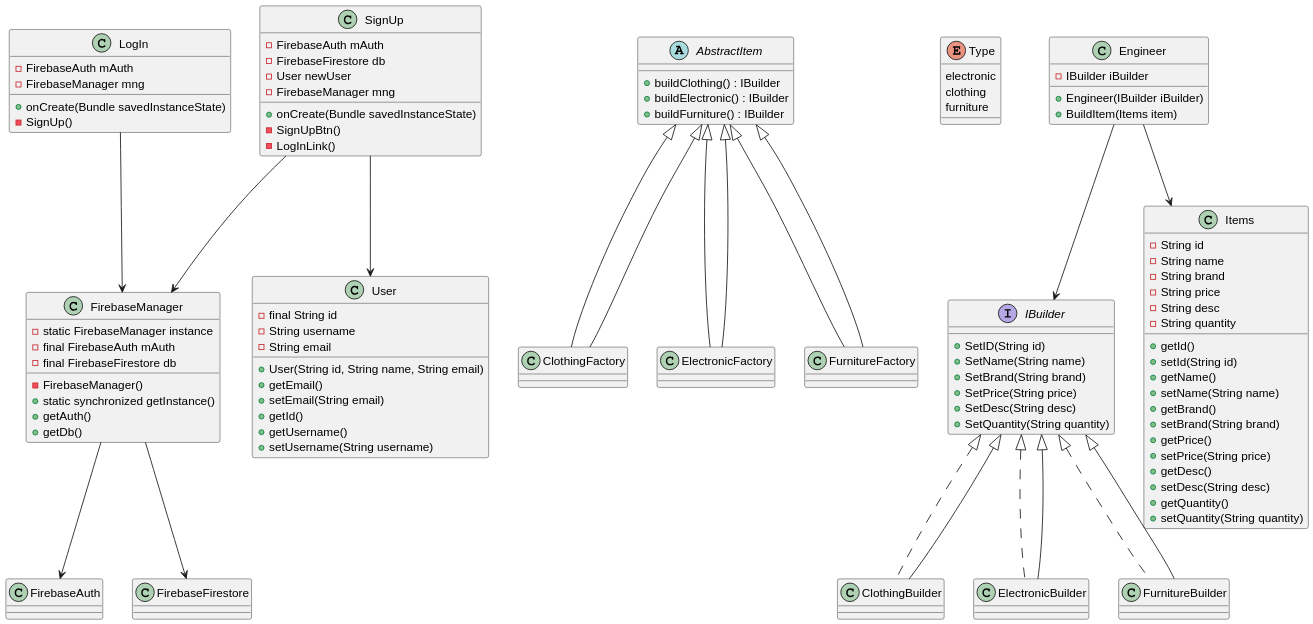
The PlantUML diagram app/Diagrams/Class Diagram-0.svg in Aoigan2k4/Inventory-Management-, before a commit. Source of this version:
```plantuml
@startuml

class SignUp {
    - FirebaseAuth mAuth
    - FirebaseFirestore db
    - User newUser
    - FirebaseManager mng
    + onCreate(Bundle savedInstanceState)
    - SignUpBtn()
    - LogInLink()
}

class LogIn {
    - FirebaseAuth mAuth
    - FirebaseManager mng
    + onCreate(Bundle savedInstanceState)
    - SignUp()
}

class FirebaseManager {
    - static FirebaseManager instance
    - final FirebaseAuth mAuth
    - final FirebaseFirestore db
    - FirebaseManager()
    + static synchronized getInstance()
    + getAuth()
    + getDb()
}

class User {
    - final String id
    - String username
    - String email
    + User(String id, String name, String email)
    + getEmail()
    + setEmail(String email)
    + getId()
    + getUsername()
    + setUsername(String username)
}

abstract class AbstractItem {
    + buildClothing() : IBuilder
    + buildElectronic() : IBuilder
    + buildFurniture() : IBuilder
}

class ClothingFactory extends AbstractItem
class ElectronicFactory extends AbstractItem
class FurnitureFactory extends AbstractItem

enum Type {
    electronic
    clothing
    furniture
}

interface IBuilder {
    + SetID(String id)
    + SetName(String name)
    + SetBrand(String brand)
    + SetPrice(String price)
    + SetDesc(String desc)
    + SetQuantity(String quantity)
}

class ClothingBuilder implements IBuilder
class ElectronicBuilder implements IBuilder
class FurnitureBuilder implements IBuilder

class Engineer {
    - IBuilder iBuilder
    + Engineer(IBuilder iBuilder)
    + BuildItem(Items item)
}

class Items {
    - String id
    - String name
    - String brand
    - String price
    - String desc
    - String quantity
    + getId()
    + setId(String id)
    + getName()
    + setName(String name)
    + getBrand()
    + setBrand(String brand)
    + getPrice()
    + setPrice(String price)
    + getDesc()
    + setDesc(String desc)
    + getQuantity()
    + setQuantity(String quantity)
}

SignUp --> FirebaseManager
SignUp --> User
LogIn --> FirebaseManager
FirebaseManager --> FirebaseAuth
FirebaseManager --> FirebaseFirestore
AbstractItem <|-- ClothingFactory
AbstractItem <|-- ElectronicFactory
AbstractItem <|-- FurnitureFactory
IBuilder <|-- ClothingBuilder
IBuilder <|-- ElectronicBuilder
IBuilder <|-- FurnitureBuilder
Engineer --> IBuilder
Engineer --> Items
@enduml
```
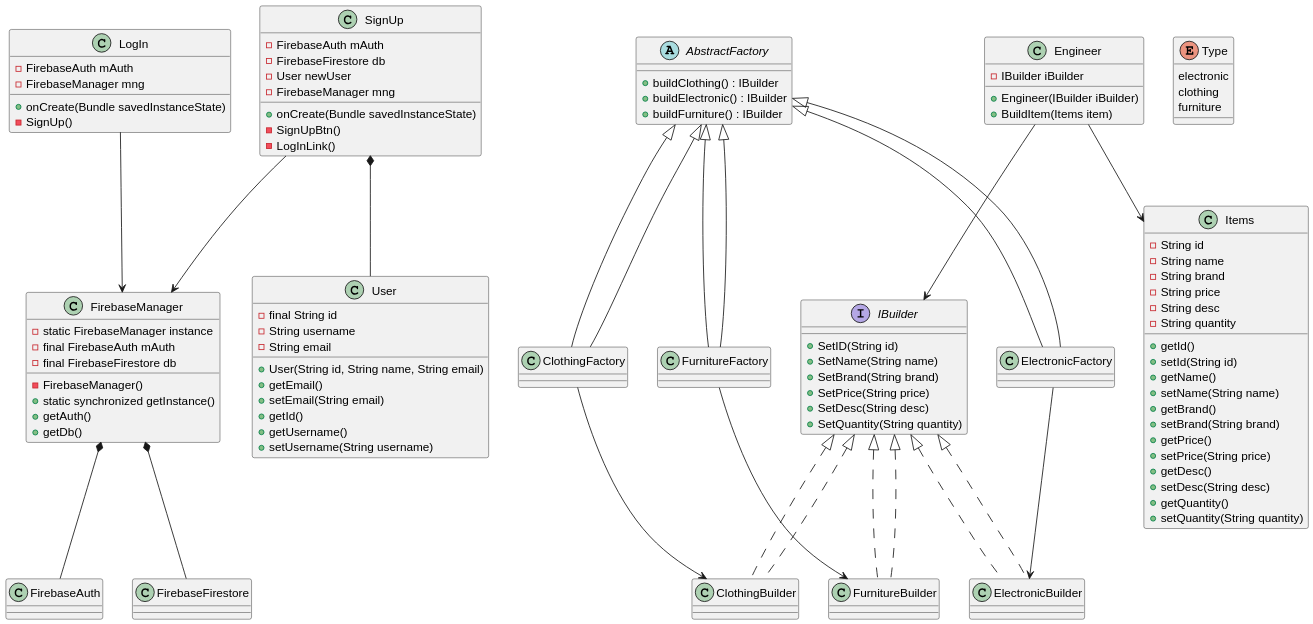
Later version of the same file.

Commit message:
Updated Class Diagram and added Modelization Diagram

Change to the diagram source:
```diff
@@ -39,15 +39,15 @@
     + setUsername(String username)
 }
 
-abstract class AbstractItem {
+abstract class AbstractFactory {
     + buildClothing() : IBuilder
     + buildElectronic() : IBuilder
     + buildFurniture() : IBuilder
 }
 
-class ClothingFactory extends AbstractItem
-class ElectronicFactory extends AbstractItem
-class FurnitureFactory extends AbstractItem
+class ClothingFactory extends AbstractFactory
+class ElectronicFactory extends AbstractFactory
+class FurnitureFactory extends AbstractFactory
 
 enum Type {
     electronic
@@ -96,16 +96,19 @@
 }
 
 SignUp --> FirebaseManager
-SignUp --> User
+SignUp *-- User
 LogIn --> FirebaseManager
-FirebaseManager --> FirebaseAuth
-FirebaseManager --> FirebaseFirestore
-AbstractItem <|-- ClothingFactory
-AbstractItem <|-- ElectronicFactory
-AbstractItem <|-- FurnitureFactory
-IBuilder <|-- ClothingBuilder
-IBuilder <|-- ElectronicBuilder
-IBuilder <|-- FurnitureBuilder
+FirebaseManager *-- FirebaseAuth
+FirebaseManager *-- FirebaseFirestore
+AbstractFactory <|-- ClothingFactory
+AbstractFactory <|-- ElectronicFactory
+AbstractFactory <|-- FurnitureFactory
+ClothingFactory --> ClothingBuilder
+ElectronicFactory --> ElectronicBuilder
+FurnitureFactory --> FurnitureBuilder
+IBuilder <|.. ClothingBuilder
+IBuilder <|.. ElectronicBuilder
+IBuilder <|.. FurnitureBuilder
 Engineer --> IBuilder
 Engineer --> Items
 @enduml
```
